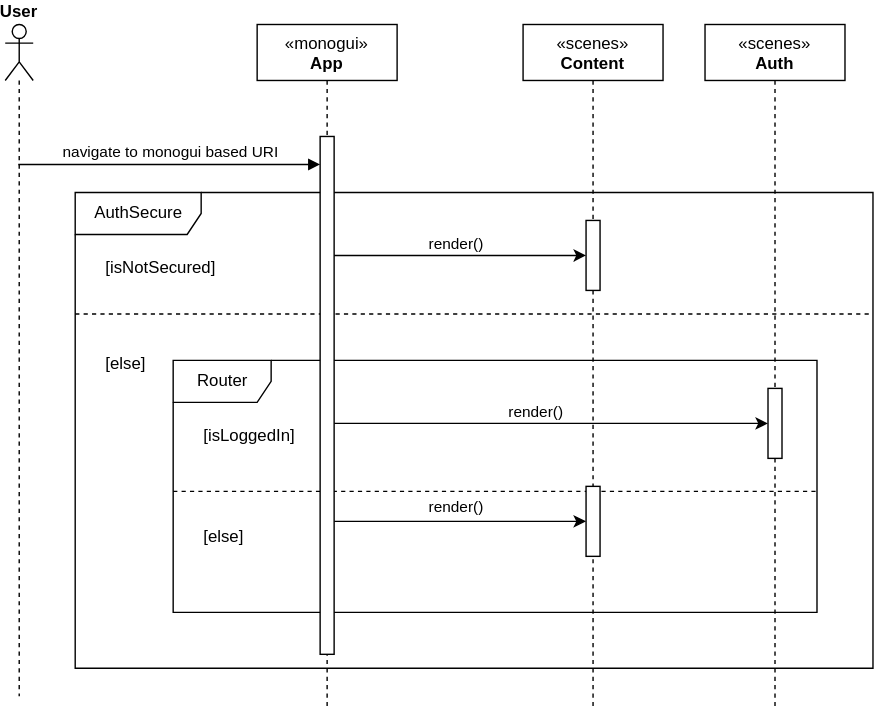
This is src/template_thesis/diagrams/audit_browser/audit_browser_uc01_auth_sequence_diagram.drawio.svg from HaniAlshikh/bachelor-thesis, a draw.io export, as it was before one commit. Source tidied: cells renumbered, new cells last; positions are measured from the earlier drawing's top-left corner, leaving out a move shared by most shapes. The source it was exported from:
```xml
<mxGraphModel background="#ffffff">
  <root>
    <mxCell id="0" />
    <mxCell id="1" parent="0" />
    <mxCell id="2" value="AuthSecure" style="shape=umlFrame;tabWidth=110;tabHeight=30;tabPosition=left;html=1;boundedLbl=1;labelInHeader=1;width=90;height=30;strokeWidth=1;" parent="1" vertex="1">
      <mxGeometry x="50" y="120" width="570" height="340" as="geometry" />
    </mxCell>
    <mxCell id="3" value="[isNotSecured]" style="text;strokeWidth=1;" parent="2" vertex="1">
      <mxGeometry width="100" height="20" relative="1" as="geometry">
        <mxPoint x="20" y="40" as="offset" />
      </mxGeometry>
    </mxCell>
    <mxCell id="4" value="[else]" style="line;strokeWidth=1;dashed=1;labelPosition=center;verticalLabelPosition=bottom;align=left;verticalAlign=top;spacingLeft=20;spacingTop=15;" parent="2" vertex="1">
      <mxGeometry y="80" width="570" height="13.6" as="geometry" />
    </mxCell>
    <mxCell id="5" value="Router" style="shape=umlFrame;tabWidth=110;tabHeight=30;tabPosition=left;html=1;boundedLbl=1;labelInHeader=1;width=70;height=30;strokeWidth=1;" parent="1" vertex="1">
      <mxGeometry x="120" y="240" width="460" height="180" as="geometry" />
    </mxCell>
    <mxCell id="6" value="[isLoggedIn]" style="text;strokeWidth=1;" parent="5" vertex="1">
      <mxGeometry width="100" height="20" relative="1" as="geometry">
        <mxPoint x="20" y="40" as="offset" />
      </mxGeometry>
    </mxCell>
    <mxCell id="7" value="[else]" style="line;strokeWidth=1;dashed=1;labelPosition=center;verticalLabelPosition=bottom;align=left;verticalAlign=top;spacingLeft=20;spacingTop=15;" parent="5" vertex="1">
      <mxGeometry y="90" width="460" height="7.2" as="geometry" />
    </mxCell>
    <mxCell id="8" value="&lt;span&gt;«monogui»&lt;br&gt;&lt;b&gt;App&lt;/b&gt;&lt;br&gt;&lt;/span&gt;" style="shape=umlLifeline;perimeter=lifelinePerimeter;whiteSpace=wrap;html=1;strokeWidth=1;verticalAlign=top;" parent="1" vertex="1">
      <mxGeometry x="180" width="100" height="490" as="geometry" />
    </mxCell>
    <mxCell id="9" value="&lt;b&gt;User&lt;/b&gt;" style="shape=umlLifeline;participant=umlActor;perimeter=lifelinePerimeter;whiteSpace=wrap;html=1;verticalAlign=bottom;spacingTop=36;strokeWidth=1;labelPosition=center;verticalLabelPosition=top;align=center;" parent="1" vertex="1">
      <mxGeometry width="20" height="480" as="geometry" />
    </mxCell>
    <mxCell id="10" style="edgeStyle=none;html=1;strokeWidth=1;" parent="1" edge="1">
      <mxGeometry relative="1" as="geometry">
        <mxPoint x="235" y="285" as="sourcePoint" />
        <mxPoint x="545" y="285" as="targetPoint" />
        <Array as="points">
          <mxPoint x="300" y="285" />
        </Array>
      </mxGeometry>
    </mxCell>
    <mxCell id="11" value="render()" style="edgeLabel;html=1;align=center;verticalAlign=middle;" parent="10" vertex="1">
      <mxGeometry x="-0.14" y="-1" relative="1" as="geometry">
        <mxPoint x="10" y="-10" as="offset" />
      </mxGeometry>
    </mxCell>
    <mxCell id="12" style="edgeStyle=none;html=1;strokeWidth=1;" parent="1" edge="1" source="14" target="18">
      <mxGeometry relative="1" as="geometry">
        <Array as="points">
          <mxPoint x="310" y="355" />
        </Array>
      </mxGeometry>
    </mxCell>
    <mxCell id="13" value="render()" style="edgeLabel;html=1;align=center;verticalAlign=middle;" parent="12" vertex="1">
      <mxGeometry x="0.26" y="1" relative="1" as="geometry">
        <mxPoint x="-27" y="-10" as="offset" />
      </mxGeometry>
    </mxCell>
    <mxCell id="14" style="html=1;points=[];perimeter=orthogonalPerimeter;strokeWidth=1;verticalAlign=top;" parent="1" vertex="1">
      <mxGeometry x="225" y="80" width="10" height="370" as="geometry" />
    </mxCell>
    <mxCell id="15" value="navigate to monogui based URI" style="html=1;verticalAlign=bottom;endArrow=block;strokeWidth=1;" parent="1" edge="1">
      <mxGeometry relative="1" as="geometry">
        <mxPoint x="9.3" y="100" as="sourcePoint" />
        <mxPoint x="225" y="100" as="targetPoint" />
      </mxGeometry>
    </mxCell>
    <mxCell id="16" value="&lt;span&gt;«scenes»&lt;br&gt;&lt;b&gt;Content&lt;/b&gt;&lt;br&gt;&lt;/span&gt;" style="shape=umlLifeline;perimeter=lifelinePerimeter;whiteSpace=wrap;html=1;strokeWidth=1;verticalAlign=top;" parent="1" vertex="1">
      <mxGeometry x="370" width="100" height="490" as="geometry" />
    </mxCell>
    <mxCell id="17" style="html=1;points=[];perimeter=orthogonalPerimeter;strokeWidth=1;verticalAlign=top;" parent="16" vertex="1">
      <mxGeometry x="45" y="140" width="10" height="50" as="geometry" />
    </mxCell>
    <mxCell id="18" style="html=1;points=[];perimeter=orthogonalPerimeter;strokeWidth=1;verticalAlign=top;" parent="16" vertex="1">
      <mxGeometry x="45" y="330" width="10" height="50" as="geometry" />
    </mxCell>
    <mxCell id="19" value="&lt;span&gt;«scenes»&lt;br&gt;&lt;b&gt;Auth&lt;/b&gt;&lt;br&gt;&lt;/span&gt;" style="shape=umlLifeline;perimeter=lifelinePerimeter;whiteSpace=wrap;html=1;strokeWidth=1;verticalAlign=top;" parent="1" vertex="1">
      <mxGeometry x="500" width="100" height="490" as="geometry" />
    </mxCell>
    <mxCell id="20" style="html=1;perimeter=orthogonalPerimeter;strokeWidth=1;verticalAlign=top;" parent="19" vertex="1">
      <mxGeometry x="45" y="260" width="10" height="50" as="geometry" />
    </mxCell>
    <mxCell id="21" style="edgeStyle=none;html=1;strokeWidth=1;" parent="1" edge="1" target="17">
      <mxGeometry relative="1" as="geometry">
        <mxPoint x="235" y="165" as="sourcePoint" />
        <Array as="points">
          <mxPoint x="300" y="165" />
        </Array>
      </mxGeometry>
    </mxCell>
    <mxCell id="22" value="render()" style="edgeLabel;html=1;align=center;verticalAlign=middle;" parent="21" vertex="1">
      <mxGeometry x="-0.14" y="-1" relative="1" as="geometry">
        <mxPoint x="10" y="-10" as="offset" />
      </mxGeometry>
    </mxCell>
  </root>
</mxGraphModel>
```
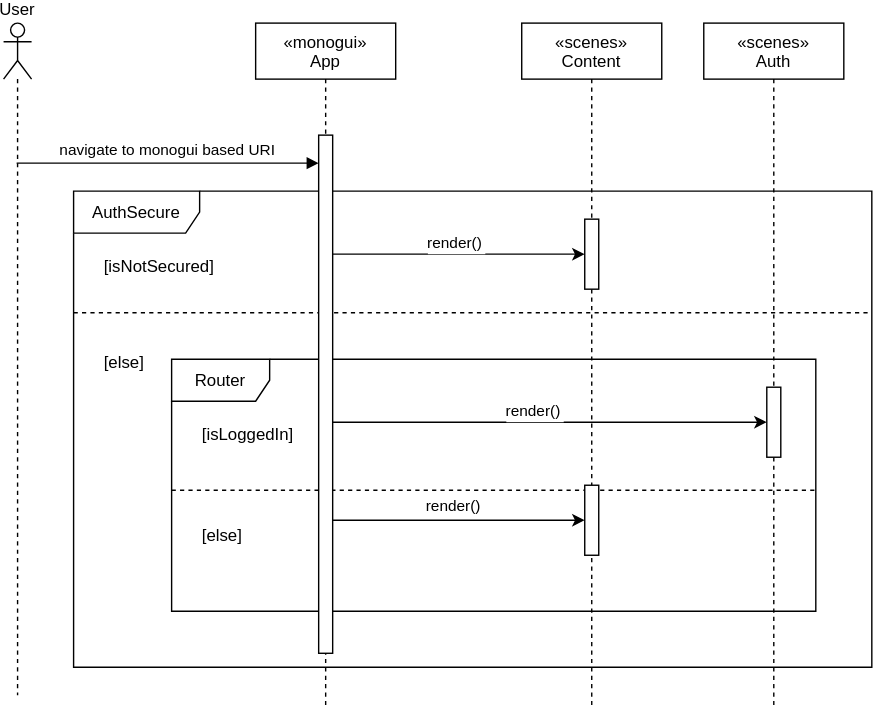
The same diagram one commit later.

Diff of the diagram source:
```diff
@@ -2,7 +2,7 @@
   <root>
     <mxCell id="0" />
     <mxCell id="1" parent="0" />
-    <mxCell id="2" value="AuthSecure" style="shape=umlFrame;tabWidth=110;tabHeight=30;tabPosition=left;html=1;boundedLbl=1;labelInHeader=1;width=90;height=30;strokeWidth=1;" parent="1" vertex="1">
+    <mxCell id="2" value="AuthSecure" style="shape=umlFrame;tabWidth=110;tabHeight=30;tabPosition=left;boundedLbl=1;labelInHeader=1;width=90;height=30;strokeWidth=1;" parent="1" vertex="1">
       <mxGeometry x="50" y="120" width="570" height="340" as="geometry" />
     </mxCell>
     <mxCell id="3" value="[isNotSecured]" style="text;strokeWidth=1;" parent="2" vertex="1">
@@ -13,7 +13,7 @@
     <mxCell id="4" value="[else]" style="line;strokeWidth=1;dashed=1;labelPosition=center;verticalLabelPosition=bottom;align=left;verticalAlign=top;spacingLeft=20;spacingTop=15;" parent="2" vertex="1">
       <mxGeometry y="80" width="570" height="13.6" as="geometry" />
     </mxCell>
-    <mxCell id="5" value="Router" style="shape=umlFrame;tabWidth=110;tabHeight=30;tabPosition=left;html=1;boundedLbl=1;labelInHeader=1;width=70;height=30;strokeWidth=1;" parent="1" vertex="1">
+    <mxCell id="5" value="Router" style="shape=umlFrame;tabWidth=110;tabHeight=30;tabPosition=left;boundedLbl=1;labelInHeader=1;width=70;height=30;strokeWidth=1;" parent="1" vertex="1">
       <mxGeometry x="120" y="240" width="460" height="180" as="geometry" />
     </mxCell>
     <mxCell id="6" value="[isLoggedIn]" style="text;strokeWidth=1;" parent="5" vertex="1">
@@ -24,13 +24,13 @@
     <mxCell id="7" value="[else]" style="line;strokeWidth=1;dashed=1;labelPosition=center;verticalLabelPosition=bottom;align=left;verticalAlign=top;spacingLeft=20;spacingTop=15;" parent="5" vertex="1">
       <mxGeometry y="90" width="460" height="7.2" as="geometry" />
     </mxCell>
-    <mxCell id="8" value="&lt;span&gt;«monogui»&lt;br&gt;&lt;b&gt;App&lt;/b&gt;&lt;br&gt;&lt;/span&gt;" style="shape=umlLifeline;perimeter=lifelinePerimeter;whiteSpace=wrap;html=1;strokeWidth=1;verticalAlign=top;" parent="1" vertex="1">
+    <mxCell id="8" value="«monogui»&#10;App&#10;" style="shape=umlLifeline;perimeter=lifelinePerimeter;strokeWidth=1;verticalAlign=top;" parent="1" vertex="1">
       <mxGeometry x="180" width="100" height="490" as="geometry" />
     </mxCell>
-    <mxCell id="9" value="&lt;b&gt;User&lt;/b&gt;" style="shape=umlLifeline;participant=umlActor;perimeter=lifelinePerimeter;whiteSpace=wrap;html=1;verticalAlign=bottom;spacingTop=36;strokeWidth=1;labelPosition=center;verticalLabelPosition=top;align=center;" parent="1" vertex="1">
+    <mxCell id="9" value="User" style="shape=umlLifeline;participant=umlActor;perimeter=lifelinePerimeter;verticalAlign=bottom;spacingTop=36;strokeWidth=1;labelPosition=center;verticalLabelPosition=top;align=center;" parent="1" vertex="1">
       <mxGeometry width="20" height="480" as="geometry" />
     </mxCell>
-    <mxCell id="10" style="edgeStyle=none;html=1;strokeWidth=1;" parent="1" edge="1">
+    <mxCell id="10" style="edgeStyle=none;strokeWidth=1;" parent="1" edge="1">
       <mxGeometry relative="1" as="geometry">
         <mxPoint x="235" y="285" as="sourcePoint" />
         <mxPoint x="545" y="285" as="targetPoint" />
@@ -39,48 +39,48 @@
         </Array>
       </mxGeometry>
     </mxCell>
-    <mxCell id="11" value="render()" style="edgeLabel;html=1;align=center;verticalAlign=middle;" parent="10" vertex="1">
+    <mxCell id="11" value="render()" style="edgeLabel;align=center;verticalAlign=middle;" parent="10" vertex="1">
       <mxGeometry x="-0.14" y="-1" relative="1" as="geometry">
         <mxPoint x="10" y="-10" as="offset" />
       </mxGeometry>
     </mxCell>
-    <mxCell id="12" style="edgeStyle=none;html=1;strokeWidth=1;" parent="1" edge="1" source="14" target="18">
+    <mxCell id="12" style="edgeStyle=none;strokeWidth=1;" parent="1" edge="1" source="14" target="18">
       <mxGeometry relative="1" as="geometry">
         <Array as="points">
           <mxPoint x="310" y="355" />
         </Array>
       </mxGeometry>
     </mxCell>
-    <mxCell id="13" value="render()" style="edgeLabel;html=1;align=center;verticalAlign=middle;" parent="12" vertex="1">
+    <mxCell id="13" value="render()" style="edgeLabel;align=center;verticalAlign=middle;" parent="12" vertex="1">
       <mxGeometry x="0.26" y="1" relative="1" as="geometry">
         <mxPoint x="-27" y="-10" as="offset" />
       </mxGeometry>
     </mxCell>
-    <mxCell id="14" style="html=1;points=[];perimeter=orthogonalPerimeter;strokeWidth=1;verticalAlign=top;" parent="1" vertex="1">
+    <mxCell id="14" style="points=[];perimeter=orthogonalPerimeter;strokeWidth=1;verticalAlign=top;" parent="1" vertex="1">
       <mxGeometry x="225" y="80" width="10" height="370" as="geometry" />
     </mxCell>
-    <mxCell id="15" value="navigate to monogui based URI" style="html=1;verticalAlign=bottom;endArrow=block;strokeWidth=1;" parent="1" edge="1">
+    <mxCell id="15" value="navigate to monogui based URI" style="verticalAlign=bottom;endArrow=block;strokeWidth=1;" parent="1" edge="1">
       <mxGeometry relative="1" as="geometry">
         <mxPoint x="9.3" y="100" as="sourcePoint" />
         <mxPoint x="225" y="100" as="targetPoint" />
       </mxGeometry>
     </mxCell>
-    <mxCell id="16" value="&lt;span&gt;«scenes»&lt;br&gt;&lt;b&gt;Content&lt;/b&gt;&lt;br&gt;&lt;/span&gt;" style="shape=umlLifeline;perimeter=lifelinePerimeter;whiteSpace=wrap;html=1;strokeWidth=1;verticalAlign=top;" parent="1" vertex="1">
+    <mxCell id="16" value="«scenes»&#10;Content&#10;" style="shape=umlLifeline;perimeter=lifelinePerimeter;strokeWidth=1;verticalAlign=top;" parent="1" vertex="1">
       <mxGeometry x="370" width="100" height="490" as="geometry" />
     </mxCell>
-    <mxCell id="17" style="html=1;points=[];perimeter=orthogonalPerimeter;strokeWidth=1;verticalAlign=top;" parent="16" vertex="1">
+    <mxCell id="17" style="points=[];perimeter=orthogonalPerimeter;strokeWidth=1;verticalAlign=top;" parent="16" vertex="1">
       <mxGeometry x="45" y="140" width="10" height="50" as="geometry" />
     </mxCell>
-    <mxCell id="18" style="html=1;points=[];perimeter=orthogonalPerimeter;strokeWidth=1;verticalAlign=top;" parent="16" vertex="1">
+    <mxCell id="18" style="points=[];perimeter=orthogonalPerimeter;strokeWidth=1;verticalAlign=top;" parent="16" vertex="1">
       <mxGeometry x="45" y="330" width="10" height="50" as="geometry" />
     </mxCell>
-    <mxCell id="19" value="&lt;span&gt;«scenes»&lt;br&gt;&lt;b&gt;Auth&lt;/b&gt;&lt;br&gt;&lt;/span&gt;" style="shape=umlLifeline;perimeter=lifelinePerimeter;whiteSpace=wrap;html=1;strokeWidth=1;verticalAlign=top;" parent="1" vertex="1">
+    <mxCell id="19" value="«scenes»&#10;Auth&#10;" style="shape=umlLifeline;perimeter=lifelinePerimeter;strokeWidth=1;verticalAlign=top;" parent="1" vertex="1">
       <mxGeometry x="500" width="100" height="490" as="geometry" />
     </mxCell>
-    <mxCell id="20" style="html=1;perimeter=orthogonalPerimeter;strokeWidth=1;verticalAlign=top;" parent="19" vertex="1">
+    <mxCell id="20" style="perimeter=orthogonalPerimeter;strokeWidth=1;verticalAlign=top;" parent="19" vertex="1">
       <mxGeometry x="45" y="260" width="10" height="50" as="geometry" />
     </mxCell>
-    <mxCell id="21" style="edgeStyle=none;html=1;strokeWidth=1;" parent="1" edge="1" target="17">
+    <mxCell id="21" style="edgeStyle=none;strokeWidth=1;" parent="1" edge="1" target="17">
       <mxGeometry relative="1" as="geometry">
         <mxPoint x="235" y="165" as="sourcePoint" />
         <Array as="points">
@@ -88,7 +88,7 @@
         </Array>
       </mxGeometry>
     </mxCell>
-    <mxCell id="22" value="render()" style="edgeLabel;html=1;align=center;verticalAlign=middle;" parent="21" vertex="1">
+    <mxCell id="22" value="render()" style="edgeLabel;align=center;verticalAlign=middle;" parent="21" vertex="1">
       <mxGeometry x="-0.14" y="-1" relative="1" as="geometry">
         <mxPoint x="10" y="-10" as="offset" />
       </mxGeometry>
```
